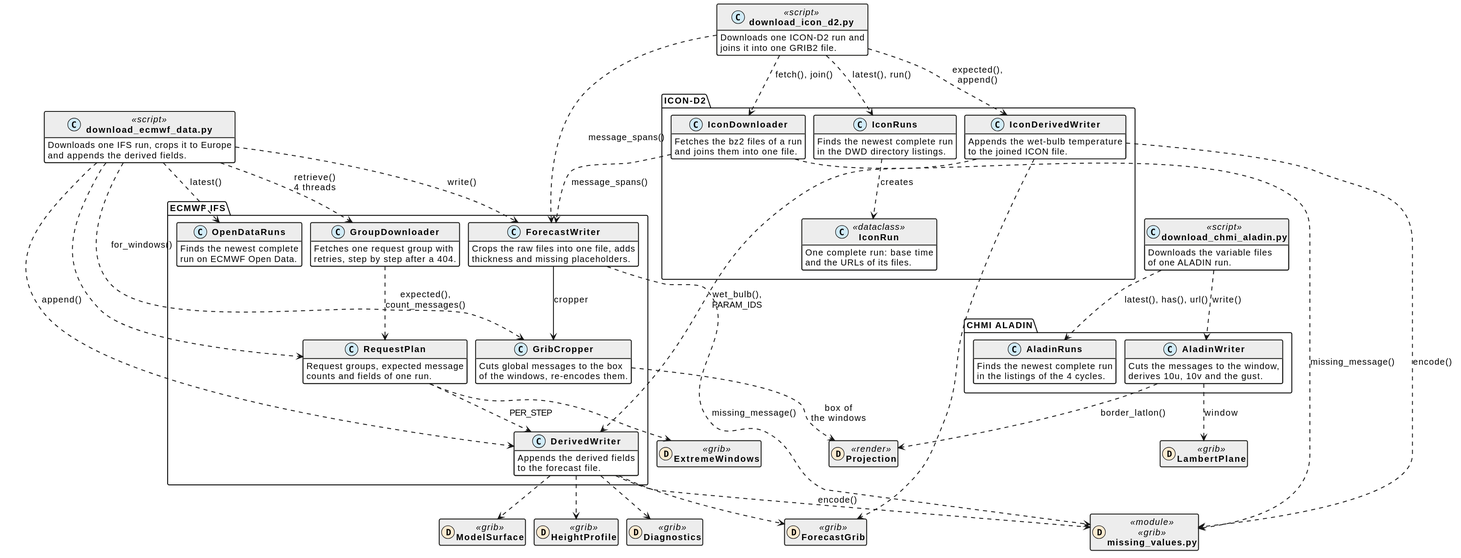
The PlantUML diagram docs/download.svg in schletz/wetterkartenviewer, before a commit.
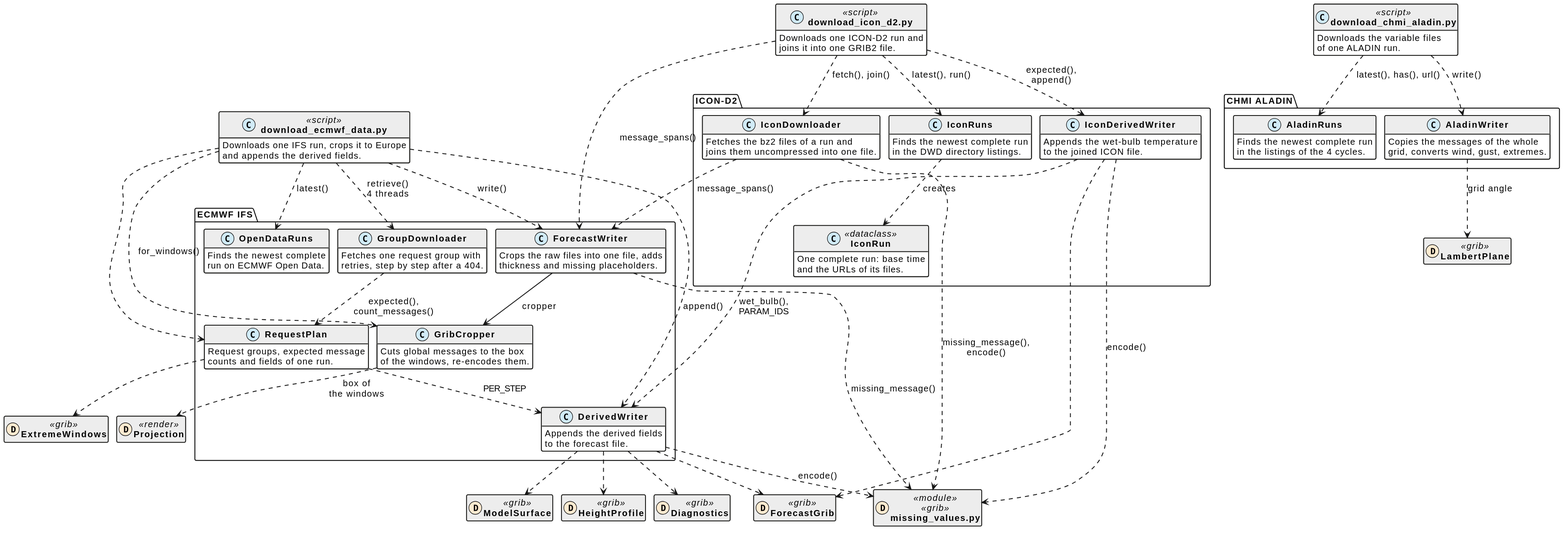
After the commit.

The edit, as a diff of the source:
```diff
@@ -60,8 +60,8 @@
  in the listings of the 4 cycles.
  }
  class AladinWriter {
- Cuts the messages to the window,
- derives 10u, 10v and the gust.
+ Copies the messages of the whole
+ grid, converts wind, gust, extremes.
  }
 }
 package "ECMWF IFS" {
@@ -100,8 +100,8 @@
  and the URLs of its files.
  }
  class IconDownloader {
- Fetches the bz2 files of a run
- and joins them into one file.
+ Fetches the bz2 files of a run and
+ joins them uncompressed into one file.
  }
  class IconDerivedWriter {
  Appends the wet-bulb temperature
@@ -118,8 +118,7 @@
 class LambertPlane << (D,#fdebd1) grib >>
 download_aladin ..> AladinRuns : latest(), has(), url()
 download_aladin ..> AladinWriter : write()
-AladinWriter ..> LambertPlane : window
-AladinWriter ..> Projection : border_latlon()
+AladinWriter ..> LambertPlane : grid angle
 download_ecmwf ..> OpenDataRuns : latest()
 download_ecmwf ..> RequestPlan
 download_ecmwf ..> GroupDownloader : retrieve()\n4 threads
@@ -146,5 +145,5 @@
 DerivedWriter ..> missing_values : encode()
 IconRuns ..> IconRun : creates
 IconDownloader ..> ForecastWriter : message_spans()
-IconDownloader ..> missing_values : missing_message()
+IconDownloader ..> missing_values : missing_message(),\nencode()
 @enduml
```
